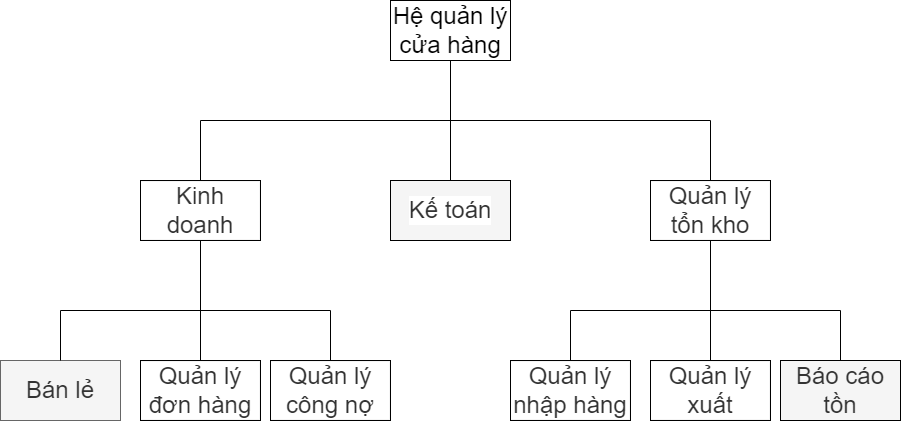
The draw.io diagram Chương 5a.png in datnham0212/learning, before a commit. Source tidied: cells renumbered, new cells last; positions are measured from the earlier drawing's top-left corner, leaving out a move shared by most shapes.
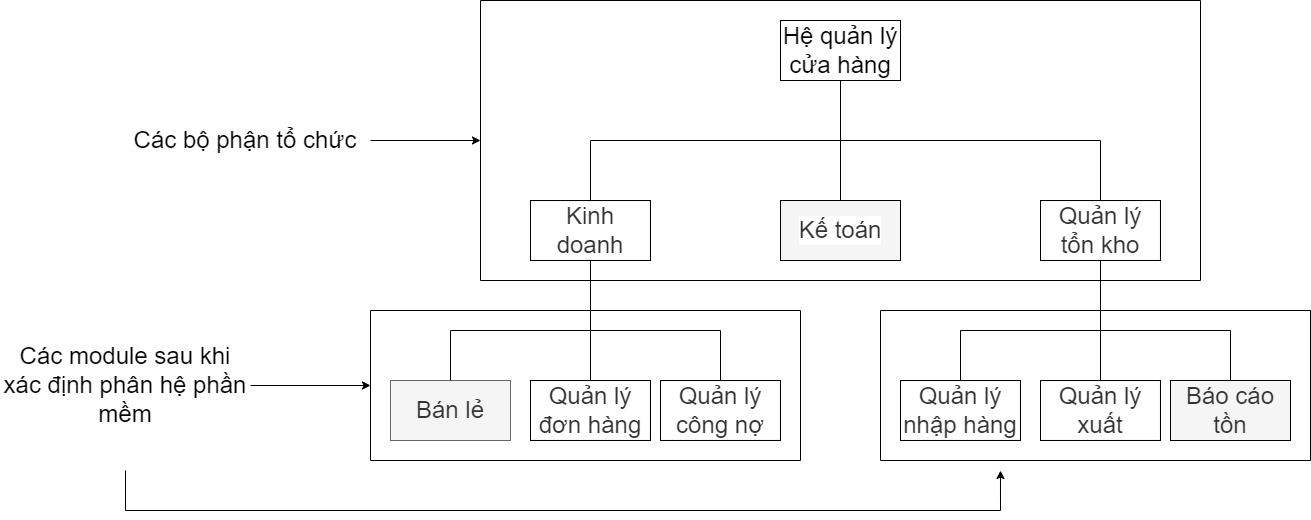
Above is the later version.

Change to the diagram source:
```diff
@@ -102,5 +102,34 @@
         <mxPoint x="840" y="310" as="targetPoint" />
       </mxGeometry>
     </mxCell>
+    <mxCell id="24" style="swimlane;startSize=0;" parent="1" vertex="1">
+      <mxGeometry x="90" y="-20" width="720" height="280" as="geometry" />
+    </mxCell>
+    <mxCell id="25" style="swimlane;startSize=0;" parent="1" vertex="1">
+      <mxGeometry x="-20" y="290" width="430" height="150" as="geometry" />
+    </mxCell>
+    <mxCell id="26" style="swimlane;startSize=0;" parent="1" vertex="1">
+      <mxGeometry x="490" y="290" width="430" height="150" as="geometry" />
+    </mxCell>
+    <mxCell id="27" style="edgeStyle=orthogonalEdgeStyle;rounded=0;jettySize=auto;html=1;entryX=0;entryY=0.5;entryDx=0;entryDy=0;" parent="1" edge="1" source="28" target="24">
+      <mxGeometry relative="1" as="geometry" />
+    </mxCell>
+    <mxCell id="28" value="Các bộ phận tổ chức" style="text;html=1;strokeColor=none;fillColor=none;align=center;verticalAlign=middle;whiteSpace=wrap;rounded=0;fontSize=24;" parent="1" vertex="1">
+      <mxGeometry x="-270" y="35" width="250" height="170" as="geometry" />
+    </mxCell>
+    <mxCell id="29" style="edgeStyle=orthogonalEdgeStyle;rounded=0;jettySize=auto;html=1;entryX=0;entryY=0.5;entryDx=0;entryDy=0;" parent="1" edge="1" source="31" target="25">
+      <mxGeometry relative="1" as="geometry" />
+    </mxCell>
+    <mxCell id="30" style="edgeStyle=orthogonalEdgeStyle;rounded=0;jettySize=auto;html=1;entryX=0.279;entryY=1.067;entryDx=0;entryDy=0;entryPerimeter=0;" parent="1" edge="1" source="31" target="26">
+      <mxGeometry relative="1" as="geometry">
+        <Array as="points">
+          <mxPoint x="-265" y="490" />
+          <mxPoint x="610" y="490" />
+        </Array>
+      </mxGeometry>
+    </mxCell>
+    <mxCell id="31" value="Các module sau khi xác định phân hệ phần mềm" style="text;html=1;strokeColor=none;fillColor=none;align=center;verticalAlign=middle;whiteSpace=wrap;rounded=0;fontSize=24;" parent="1" vertex="1">
+      <mxGeometry x="-390" y="280" width="250" height="170" as="geometry" />
+    </mxCell>
   </root>
 </mxGraphModel>
```
